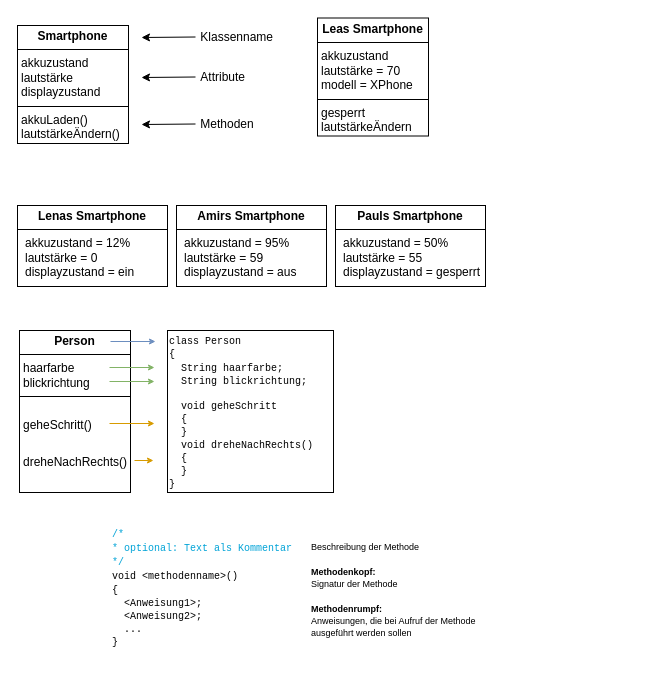
This is page "Seite-1" (1 of 2) of Inf9.drawio from JoernWVSG/diagram, a draw.io file, before an edit. Source tidied: cells renumbered, new cells numbered last; positions are measured from the earlier drawing's top-left corner, leaving out a move shared by most shapes. Both pictures are drawn from the tidied source at 100%, with x=0, y=0 at pixel (17, 17).
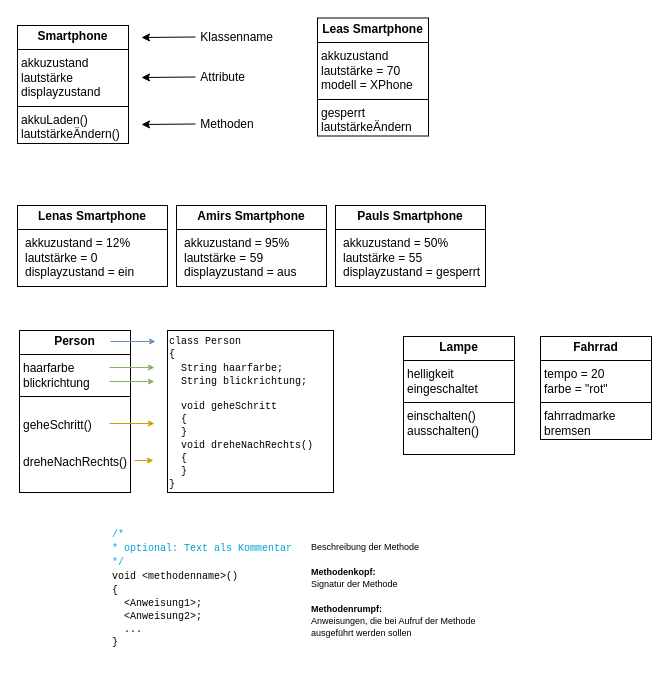
After the change.

What changed in the source:
```diff
@@
+    <mxCell id="22" value="&lt;p style=&quot;margin:0px;margin-top:4px;text-align:center;&quot;&gt;&lt;b&gt;Lampe&lt;/b&gt;&lt;/p&gt;&lt;hr size=&quot;1&quot; style=&quot;border-style:solid;&quot;&gt;&lt;p style=&quot;margin:0px;margin-left:4px;&quot;&gt;helligkeit&lt;/p&gt;&lt;p style=&quot;margin:0px;margin-left:4px;&quot;&gt;eingeschaltet&lt;/p&gt;&lt;hr size=&quot;1&quot; style=&quot;border-style:solid;&quot;&gt;&lt;p style=&quot;margin:0px;margin-left:4px;&quot;&gt;einschalten()&lt;/p&gt;&lt;p style=&quot;margin:0px;margin-left:4px;&quot;&gt;ausschalten()&lt;/p&gt;" style="verticalAlign=top;align=left;overflow=fill;html=1;whiteSpace=wrap;" parent="1" vertex="1">
+      <mxGeometry x="386" y="319" width="111" height="118" as="geometry" />
+    </mxCell>
+    <mxCell id="23" value="&lt;p style=&quot;margin:0px;margin-top:4px;text-align:center;&quot;&gt;&lt;b&gt;Fahrrad&lt;/b&gt;&lt;/p&gt;&lt;hr size=&quot;1&quot; style=&quot;border-style:solid;&quot;&gt;&lt;p style=&quot;margin:0px;margin-left:4px;&quot;&gt;tempo = 20&lt;/p&gt;&lt;p style=&quot;margin:0px;margin-left:4px;&quot;&gt;farbe = &quot;rot&quot;&lt;/p&gt;&lt;hr size=&quot;1&quot; style=&quot;border-style:solid;&quot;&gt;&lt;p style=&quot;margin:0px;margin-left:4px;&quot;&gt;fahrradmarke&lt;/p&gt;&lt;p style=&quot;margin:0px;margin-left:4px;&quot;&gt;bremsen&lt;/p&gt;" style="verticalAlign=top;align=left;overflow=fill;html=1;whiteSpace=wrap;" parent="1" vertex="1">
+      <mxGeometry x="523" y="319" width="111" height="103" as="geometry" />
+    </mxCell>
```
